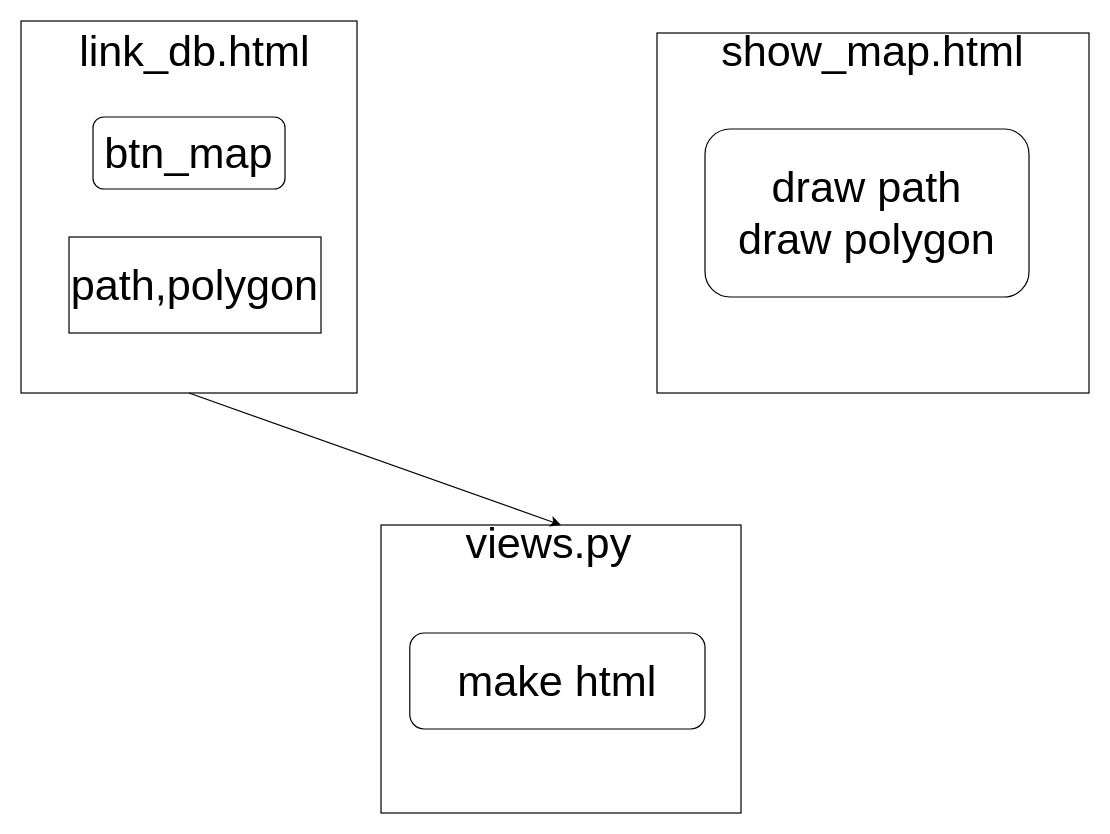
The draw.io diagram page "彈窗地圖" (4 of 4) of nfz_web_ui_design.drawio in pengzhen80/PigeonRace, before the edit. Source tidied: cells renumbered, new cells numbered last; positions are measured from the earlier drawing's top-left corner, leaving out a move shared by most shapes. Both pictures are drawn from the tidied source at 120%, with x=0, y=0 at pixel (20, 20).
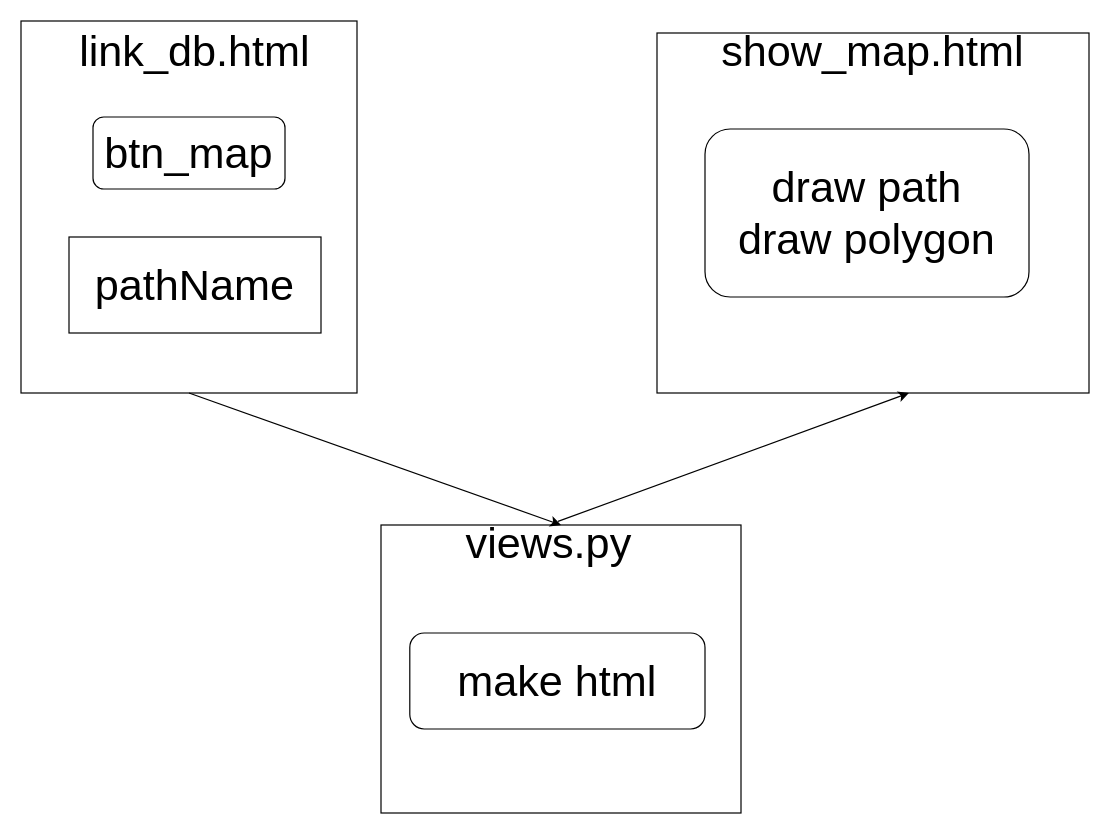
The same diagram, later.

Change to the diagram source:
```diff
@@
 <mxGraphModel>
   <root>
     <mxCell id="0" />
     <mxCell id="1" parent="0" />
     <mxCell id="2" style="rounded=0;whiteSpace=wrap;html=1;fontSize=36;" parent="1" vertex="1">
       <mxGeometry width="280" height="310" as="geometry" />
     </mxCell>
     <mxCell id="3" value="link_db.html" style="text;html=1;strokeColor=none;fillColor=none;align=center;verticalAlign=middle;whiteSpace=wrap;rounded=0;fontSize=36;" parent="1" vertex="1">
       <mxGeometry x="115" y="10" width="60" height="30" as="geometry" />
     </mxCell>
     <mxCell id="4" value="btn_map" style="rounded=1;whiteSpace=wrap;html=1;fontSize=36;" parent="1" vertex="1">
       <mxGeometry x="60" y="80" width="160" height="60" as="geometry" />
     </mxCell>
-    <mxCell id="5" value="path,polygon" style="rounded=0;whiteSpace=wrap;html=1;fontSize=36;" parent="1" vertex="1">
+    <mxCell id="5" value="pathName" style="rounded=0;whiteSpace=wrap;html=1;fontSize=36;" parent="1" vertex="1">
       <mxGeometry x="40" y="180" width="210" height="80" as="geometry" />
     </mxCell>
     <mxCell id="6" style="rounded=0;whiteSpace=wrap;html=1;fontSize=36;" parent="1" vertex="1">
       <mxGeometry x="300" y="420" width="300" height="240" as="geometry" />
     </mxCell>
     <mxCell id="7" style="endArrow=classic;html=1;rounded=0;fontSize=36;exitX=0.5;exitY=1;exitDx=0;exitDy=0;entryX=0.5;entryY=0;entryDx=0;entryDy=0;" parent="1" edge="1" source="2" target="6">
       <mxGeometry relative="1" as="geometry" />
     </mxCell>
     <mxCell id="8" value="views.py" style="text;html=1;strokeColor=none;fillColor=none;align=center;verticalAlign=middle;whiteSpace=wrap;rounded=0;fontSize=36;" parent="1" vertex="1">
       <mxGeometry x="390" y="420" width="100" height="30" as="geometry" />
     </mxCell>
     <mxCell id="9" value="make html" style="rounded=1;whiteSpace=wrap;html=1;fontSize=36;" parent="1" vertex="1">
       <mxGeometry x="324" y="510" width="246" height="80" as="geometry" />
     </mxCell>
     <mxCell id="10" style="rounded=0;whiteSpace=wrap;html=1;fontSize=36;" parent="1" vertex="1">
       <mxGeometry x="530" y="10" width="360" height="300" as="geometry" />
     </mxCell>
     <mxCell id="11" value="show_map.html" style="text;html=1;strokeColor=none;fillColor=none;align=center;verticalAlign=middle;whiteSpace=wrap;rounded=0;fontSize=36;" parent="1" vertex="1">
       <mxGeometry x="680" y="10" width="60" height="30" as="geometry" />
     </mxCell>
     <mxCell id="12" value="draw path&lt;br&gt;draw polygon" style="rounded=1;whiteSpace=wrap;html=1;fontSize=36;" parent="1" vertex="1">
       <mxGeometry x="570" y="90" width="270" height="140" as="geometry" />
     </mxCell>
+    <mxCell id="13" style="endArrow=classic;html=1;rounded=0;exitX=0.575;exitY=-0.1;exitDx=0;exitDy=0;exitPerimeter=0;" parent="1" edge="1" source="8">
+      <mxGeometry relative="1" as="geometry">
+        <mxPoint x="740" y="310" as="targetPoint" />
+      </mxGeometry>
+    </mxCell>
   </root>
 </mxGraphModel>
```
